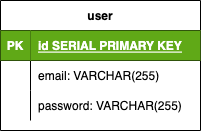
Above: ERD.drawio.png in nchez/political-breakdown (draw.io), before the change. Source tidied: cells renumbered, new cells last; positions are measured from the earlier drawing's top-left corner, leaving out a move shared by most shapes.
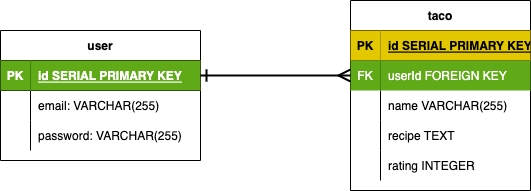
The same file after the commit.

Change to the diagram source:
```diff
@@ -32,5 +32,56 @@
     <mxCell id="11" value="password: VARCHAR(255)" style="shape=partialRectangle;fillColor=none;top=0;left=0;bottom=0;right=0;align=left;spacingLeft=6;overflow=hidden;" parent="9" vertex="1">
       <mxGeometry x="30" width="170" height="30" as="geometry" />
     </mxCell>
+    <mxCell id="12" value="taco" style="shape=table;startSize=30;rowLines=0;fontStyle=1;align=center;" parent="1" vertex="1">
+      <mxGeometry x="350" y="-30" width="180" height="190" as="geometry" />
+    </mxCell>
+    <mxCell id="13" style="shape=tableRow;horizontal=0;startSize=0;swimlaneHead=0;swimlaneBody=0;fillColor=none;top=0;left=0;right=0;bottom=1;" parent="12" vertex="1">
+      <mxGeometry y="30" width="180" height="30" as="geometry" />
+    </mxCell>
+    <mxCell id="14" value="PK" style="shape=partialRectangle;fillColor=#e3c800;top=0;left=0;bottom=0;right=0;fontStyle=1;overflow=hidden;fontColor=#000000;strokeColor=#B09500;" parent="13" vertex="1">
+      <mxGeometry width="30" height="30" as="geometry" />
+    </mxCell>
+    <mxCell id="15" value="id SERIAL PRIMARY KEY" style="shape=partialRectangle;fillColor=#e3c800;top=0;left=0;bottom=0;right=0;align=left;spacingLeft=6;fontStyle=5;overflow=hidden;fontColor=#000000;strokeColor=#B09500;" parent="13" vertex="1">
+      <mxGeometry x="30" width="150" height="30" as="geometry" />
+    </mxCell>
+    <mxCell id="16" style="shape=tableRow;horizontal=0;startSize=0;swimlaneHead=0;swimlaneBody=0;fillColor=none;points=[[0,0.5],[1,0.5]];portConstraint=eastwest;top=0;left=0;right=0;bottom=0;" parent="12" vertex="1">
+      <mxGeometry y="60" width="180" height="30" as="geometry" />
+    </mxCell>
+    <mxCell id="17" value="FK" style="shape=partialRectangle;fillColor=#60a917;top=0;left=0;bottom=0;right=0;fontStyle=0;overflow=hidden;fontColor=#ffffff;strokeColor=#2D7600;" parent="16" vertex="1">
+      <mxGeometry width="30" height="30" as="geometry" />
+    </mxCell>
+    <mxCell id="18" value="userId FOREIGN KEY" style="shape=partialRectangle;fillColor=#60a917;top=0;left=0;bottom=0;right=0;align=left;spacingLeft=6;fontStyle=0;overflow=hidden;fontColor=#ffffff;strokeColor=#2D7600;" parent="16" vertex="1">
+      <mxGeometry x="30" width="150" height="30" as="geometry" />
+    </mxCell>
+    <mxCell id="19" style="shape=tableRow;horizontal=0;startSize=0;swimlaneHead=0;swimlaneBody=0;fillColor=none;top=0;left=0;right=0;bottom=0;" parent="12" vertex="1">
+      <mxGeometry y="90" width="180" height="30" as="geometry" />
+    </mxCell>
+    <mxCell id="20" style="shape=partialRectangle;fillColor=none;top=0;left=0;bottom=0;right=0;overflow=hidden;" parent="19" vertex="1">
+      <mxGeometry width="30" height="30" as="geometry" />
+    </mxCell>
+    <mxCell id="21" value="name VARCHAR(255)" style="shape=partialRectangle;fillColor=none;top=0;left=0;bottom=0;right=0;align=left;spacingLeft=6;overflow=hidden;" parent="19" vertex="1">
+      <mxGeometry x="30" width="150" height="30" as="geometry" />
+    </mxCell>
+    <mxCell id="22" style="shape=tableRow;horizontal=0;startSize=0;swimlaneHead=0;swimlaneBody=0;fillColor=none;top=0;left=0;right=0;bottom=0;" parent="12" vertex="1">
+      <mxGeometry y="120" width="180" height="30" as="geometry" />
+    </mxCell>
+    <mxCell id="23" style="shape=partialRectangle;fillColor=none;top=0;left=0;bottom=0;right=0;overflow=hidden;" parent="22" vertex="1">
+      <mxGeometry width="30" height="30" as="geometry" />
+    </mxCell>
+    <mxCell id="24" value="recipe TEXT" style="shape=partialRectangle;fillColor=none;top=0;left=0;bottom=0;right=0;align=left;spacingLeft=6;overflow=hidden;" parent="22" vertex="1">
+      <mxGeometry x="30" width="150" height="30" as="geometry" />
+    </mxCell>
+    <mxCell id="25" style="shape=tableRow;horizontal=0;startSize=0;swimlaneHead=0;swimlaneBody=0;fillColor=none;top=0;left=0;right=0;bottom=0;" parent="12" vertex="1">
+      <mxGeometry y="150" width="180" height="30" as="geometry" />
+    </mxCell>
+    <mxCell id="26" style="shape=partialRectangle;fillColor=none;top=0;left=0;bottom=0;right=0;overflow=hidden;" parent="25" vertex="1">
+      <mxGeometry width="30" height="30" as="geometry" />
+    </mxCell>
+    <mxCell id="27" value="rating INTEGER" style="shape=partialRectangle;fillColor=none;top=0;left=0;bottom=0;right=0;align=left;spacingLeft=6;overflow=hidden;" parent="25" vertex="1">
+      <mxGeometry x="30" width="150" height="30" as="geometry" />
+    </mxCell>
+    <mxCell id="28" style="edgeStyle=orthogonalEdgeStyle;rounded=0;jettySize=auto;html=1;entryX=0;entryY=0.5;entryDx=0;entryDy=0;endArrow=ERmany;endFill=0;startArrow=ERone;startFill=0;strokeWidth=2;endSize=9;startSize=9;targetPerimeterSpacing=0;" parent="1" edge="1" source="3" target="16">
+      <mxGeometry relative="1" as="geometry" />
+    </mxCell>
   </root>
 </mxGraphModel>
```
